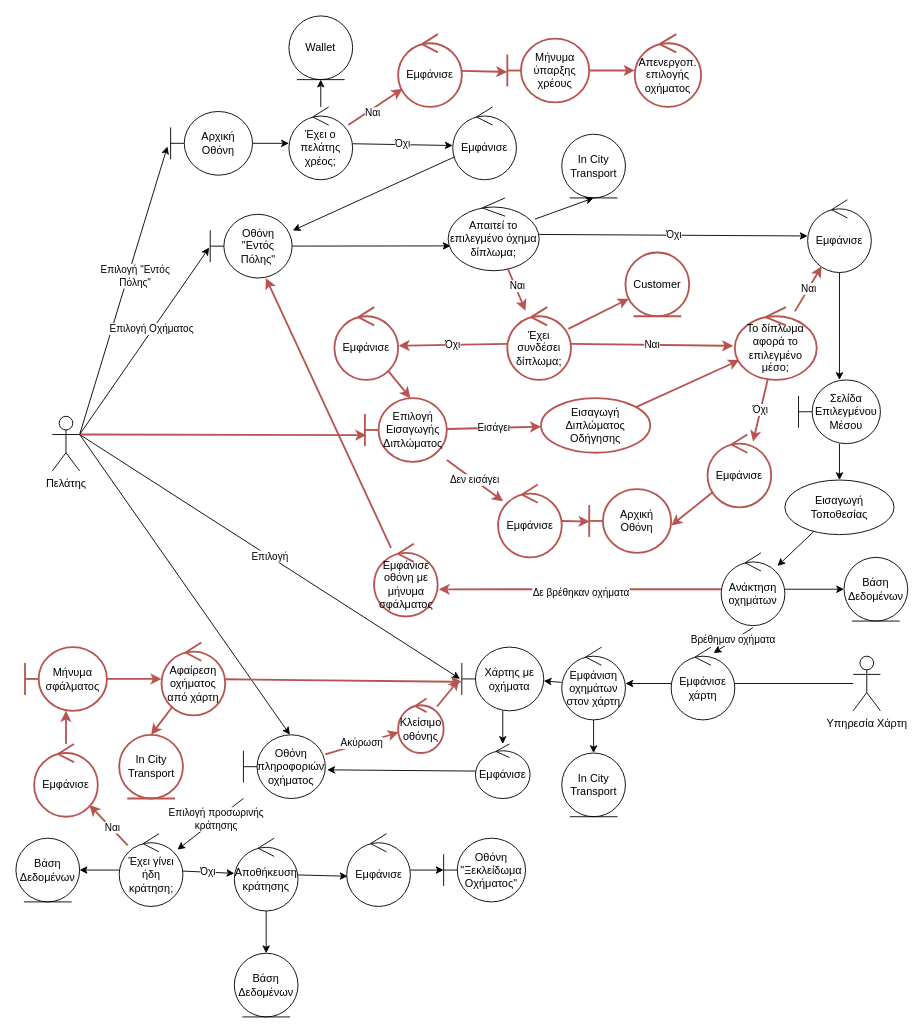
The draw.io diagram Part_2/Robustness/diagrams/01_Επιλογή_Μέσου_Μετακίνησης.drawio in Nikolis2002/texnoligia_logismikou, before the edit. Source tidied: cells renumbered, new cells numbered last; positions are measured from the earlier drawing's top-left corner, leaving out a move shared by most shapes. Both pictures are drawn from the tidied source at 91%, with x=0, y=0 at pixel (15, 15).
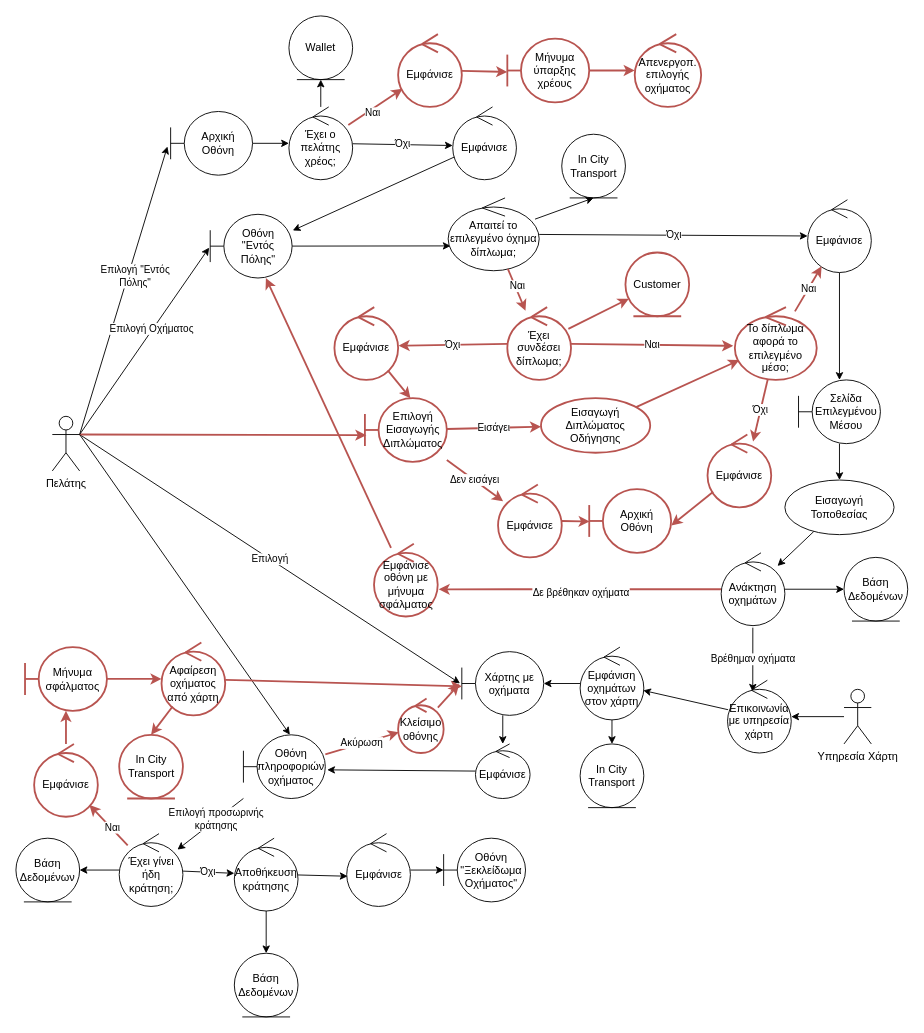
The same diagram, later.

Unchanged cells that the change refers to:
```xml
<mxCell id="34" value="Ανάκτηση οχημάτων" style="ellipse;shape=umlControl;whiteSpace=wrap;html=1;" parent="1" vertex="1">
  <mxGeometry x="775" y="590" width="70" height="80" as="geometry" />
</mxCell>
```

What changed in the source:
```diff
@@
-    <mxCell id="32" value="Βρέθημαν οχήματα" style="edgeStyle=none;rounded=0;jettySize=auto;html=1;exitX=0.497;exitY=1.028;exitDx=0;exitDy=0;exitPerimeter=0;entryX=0.667;entryY=0.082;entryDx=0;entryDy=0;entryPerimeter=0;" parent="1" edge="1" source="34" target="89">
+    <mxCell id="32" value="Βρέθημαν οχήματα" style="edgeStyle=none;rounded=0;jettySize=auto;html=1;exitX=0.497;exitY=1.028;exitDx=0;exitDy=0;exitPerimeter=0;entryX=0.396;entryY=0.157;entryDx=0;entryDy=0;entryPerimeter=0;" parent="1" edge="1" source="34" target="106">
       <mxGeometry relative="1" as="geometry" />
     </mxCell>
@@
     <mxCell id="37" value="Χάρτης με οχήματα" style="shape=umlBoundary;whiteSpace=wrap;html=1;" parent="1" vertex="1">
-      <mxGeometry x="490" y="693.6" width="90" height="70" as="geometry" />
+      <mxGeometry x="490" y="698.6" width="90" height="70" as="geometry" />
     </mxCell>
@@
-    <mxCell id="88" style="edgeStyle=none;html=1;" parent="1" edge="1" source="89" target="94">
-      <mxGeometry relative="1" as="geometry" />
-    </mxCell>
-    <mxCell id="89" value="Εμφάνισε χάρτη" style="ellipse;shape=umlControl;whiteSpace=wrap;html=1;" parent="1" vertex="1">
-      <mxGeometry x="720" y="693.6" width="70" height="80" as="geometry" />
-    </mxCell>
-    <mxCell id="90" style="edgeStyle=none;html=1;endArrow=none;endFill=0;" parent="1" edge="1" source="91" target="89">
-      <mxGeometry relative="1" as="geometry" />
-    </mxCell>
-    <mxCell id="91" value="Υπηρεσία Χάρτη" style="shape=umlActor;verticalLabelPosition=bottom;verticalAlign=top;html=1;" parent="1" vertex="1">
-      <mxGeometry x="920" y="703.6" width="30" height="60" as="geometry" />
-    </mxCell>
@@
     <mxCell id="94" value="Εμφάνιση οχημάτων στον χάρτη" style="ellipse;shape=umlControl;whiteSpace=wrap;html=1;" parent="1" vertex="1">
-      <mxGeometry x="599.8" y="693.6" width="70" height="80" as="geometry" />
+      <mxGeometry x="620" y="693.6" width="70" height="80" as="geometry" />
     </mxCell>
     <mxCell id="95" value="In City Transport" style="ellipse;shape=umlEntity;whiteSpace=wrap;html=1;" parent="1" vertex="1">
-      <mxGeometry x="599.8" y="810" width="70" height="70" as="geometry" />
+      <mxGeometry x="620" y="800" width="70" height="70" as="geometry" />
     </mxCell>
@@
+    <mxCell id="105" style="edgeStyle=none;html=1;" parent="1" edge="1" source="106" target="94">
+      <mxGeometry relative="1" as="geometry" />
+    </mxCell>
+    <mxCell id="106" value="Επικοινωνία με υπηρεσία χάρτη" style="ellipse;shape=umlControl;whiteSpace=wrap;html=1;" parent="1" vertex="1">
+      <mxGeometry x="782" y="730" width="70" height="80" as="geometry" />
+    </mxCell>
+    <mxCell id="107" style="edgeStyle=none;html=1;" parent="1" edge="1" source="91" target="106">
+      <mxGeometry relative="1" as="geometry" />
+    </mxCell>
+    <mxCell id="91" value="Υπηρεσία Χάρτη" style="shape=umlActor;verticalLabelPosition=bottom;verticalAlign=top;html=1;" parent="1" vertex="1">
+      <mxGeometry x="910" y="740" width="30" height="60" as="geometry" />
+    </mxCell>
```
